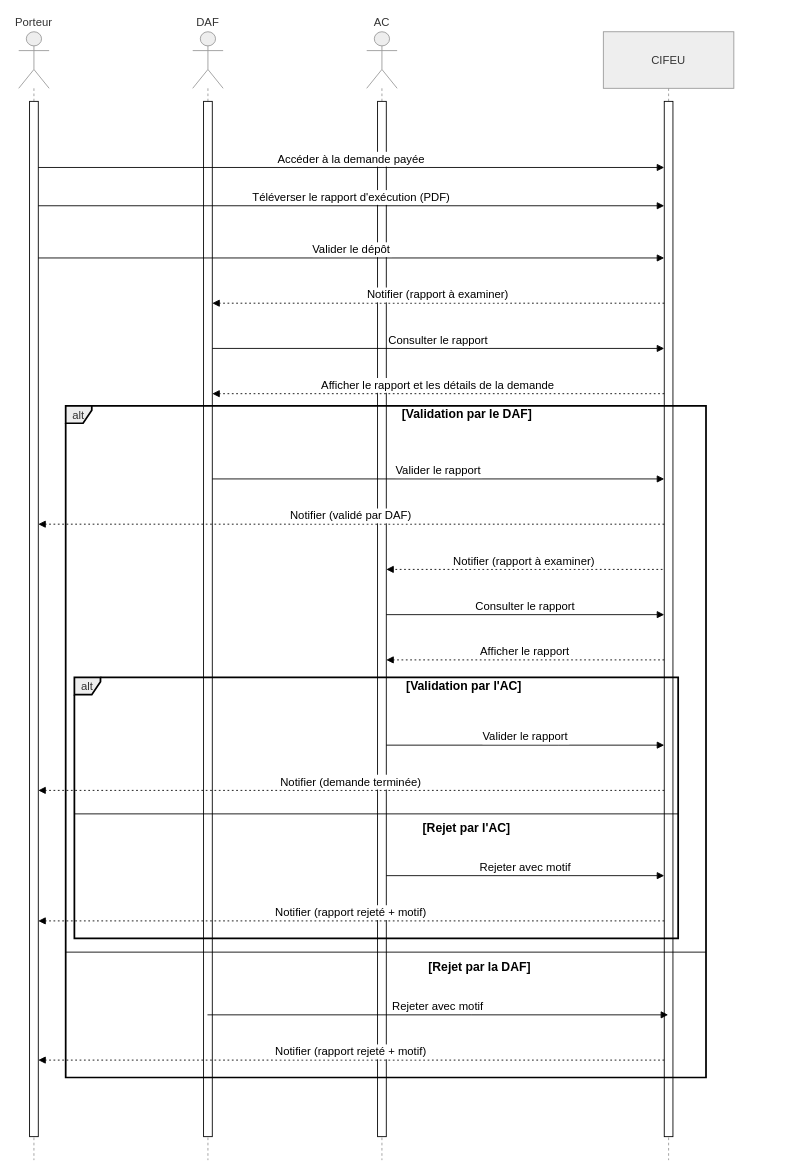
This is rapport/graphe/sequence/Traiter un rapport d'exécution.drawio from CheickOuedraogo/stage, a draw.io file, before an edit. Source tidied: cells renumbered, new cells numbered last; positions are measured from the earlier drawing's top-left corner, leaving out a move shared by most shapes. Both pictures are drawn from the tidied source at 87%, with x=0, y=0 at pixel (18, 31).
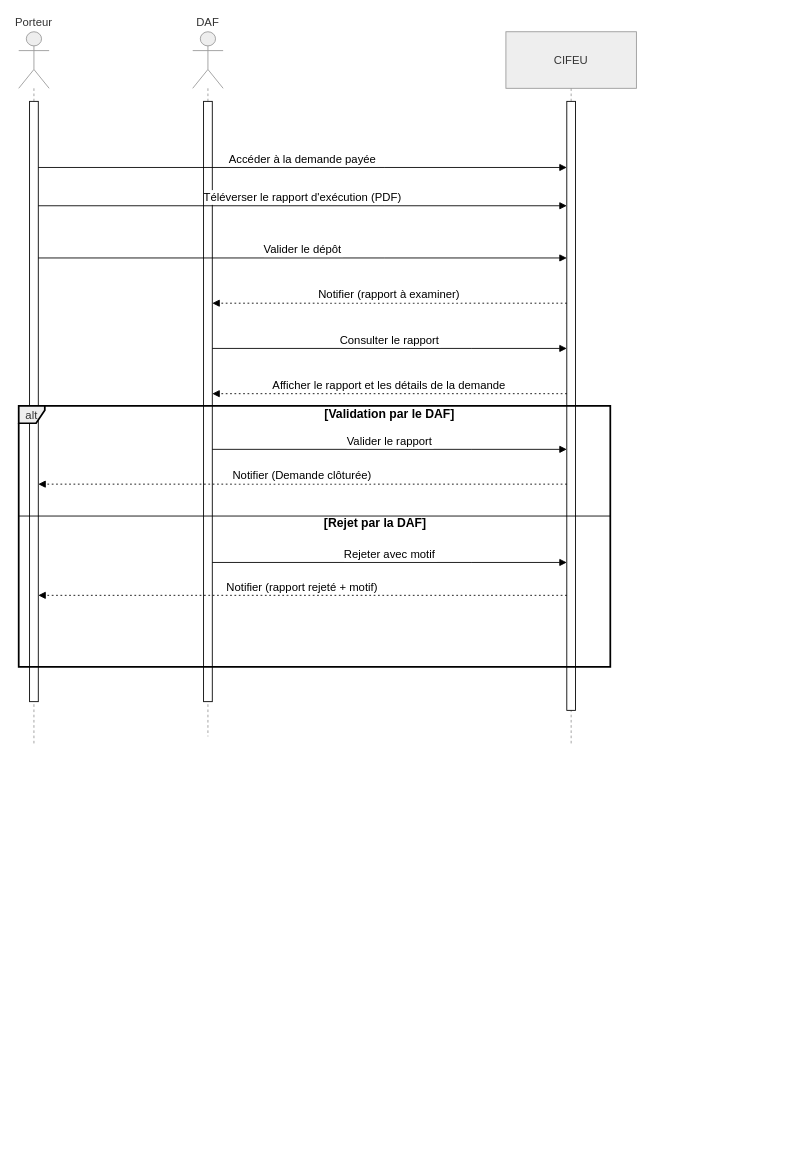
After the change.

What changed in the source:
```diff
@@
     <mxCell id="2" value="Porteur" style="shape=umlLifeline;perimeter=lifelinePerimeter;whiteSpace=wrap;newEdgeStyle={&quot;edgeStyle&quot;:&quot;elbowEdgeStyle&quot;,&quot;elbow&quot;:&quot;vertical&quot;,&quot;curved&quot;:0,&quot;rounded&quot;:0};participant=umlActor;verticalAlign=bottom;labelPosition=center;verticalLabelPosition=top;align=center;size=65;fillColor=light-dark(#eeeeee,#1f2020);strokeColor=light-dark(#999999,#cccccc);fontColor=light-dark(#333333,#cccccc);fontSize=13;" parent="1" vertex="1">
-      <mxGeometry width="35" height="1297" as="geometry" />
+      <mxGeometry width="35" height="820" as="geometry" />
     </mxCell>
     <mxCell id="3" style="html=1;points=[[0,0,0,0,5],[0,1,0,0,-5],[1,0,0,0,5],[1,1,0,0,-5]];perimeter=orthogonalPerimeter;outlineConnect=0;targetShapes=umlLifeline;portConstraint=eastwest;newEdgeStyle={&quot;curved&quot;:0,&quot;rounded&quot;:0};" parent="2" vertex="1">
-      <mxGeometry x="12.5" y="80" width="10" height="1190" as="geometry" />
+      <mxGeometry x="12.5" y="80" width="10" height="690" as="geometry" />
     </mxCell>
     <mxCell id="4" value="DAF" style="shape=umlLifeline;perimeter=lifelinePerimeter;whiteSpace=wrap;outlineConnect=0;portConstraint=eastwest;newEdgeStyle={&quot;edgeStyle&quot;:&quot;elbowEdgeStyle&quot;,&quot;elbow&quot;:&quot;vertical&quot;,&quot;curved&quot;:0,&quot;rounded&quot;:0};participant=umlActor;verticalAlign=bottom;labelPosition=center;verticalLabelPosition=top;align=center;size=65;fillColor=light-dark(#eeeeee,#1f2020);strokeColor=light-dark(#999999,#cccccc);fontColor=light-dark(#333333,#cccccc);fontSize=13;" parent="1" vertex="1">
-      <mxGeometry x="200" width="35" height="1297" as="geometry" />
+      <mxGeometry x="200" width="35" height="810" as="geometry" />
     </mxCell>
     <mxCell id="5" style="html=1;points=[[0,0,0,0,5],[0,1,0,0,-5],[1,0,0,0,5],[1,1,0,0,-5]];perimeter=orthogonalPerimeter;outlineConnect=0;targetShapes=umlLifeline;portConstraint=eastwest;newEdgeStyle={&quot;curved&quot;:0,&quot;rounded&quot;:0};" parent="4" vertex="1">
-      <mxGeometry x="12.5" y="80" width="10" height="1190" as="geometry" />
+      <mxGeometry x="12.5" y="80" width="10" height="690" as="geometry" />
     </mxCell>
-    <mxCell id="6" value="AC" style="shape=umlLifeline;perimeter=lifelinePerimeter;whiteSpace=wrap;newEdgeStyle={&quot;edgeStyle&quot;:&quot;elbowEdgeStyle&quot;,&quot;elbow&quot;:&quot;vertical&quot;,&quot;curved&quot;:0,&quot;rounded&quot;:0};participant=umlActor;verticalAlign=bottom;labelPosition=center;verticalLabelPosition=top;align=center;size=65;fillColor=light-dark(#eeeeee,#1f2020);strokeColor=light-dark(#999999,#cccccc);fontColor=light-dark(#333333,#cccccc);fontSize=13;" parent="1" vertex="1">
-      <mxGeometry x="400" width="35" height="1297" as="geometry" />
-    </mxCell>
-    <mxCell id="7" style="html=1;points=[[0,0,0,0,5],[0,1,0,0,-5],[1,0,0,0,5],[1,1,0,0,-5]];perimeter=orthogonalPerimeter;outlineConnect=0;targetShapes=umlLifeline;portConstraint=eastwest;newEdgeStyle={&quot;curved&quot;:0,&quot;rounded&quot;:0};" parent="6" vertex="1">
-      <mxGeometry x="12.5" y="80" width="10" height="1190" as="geometry" />
-    </mxCell>
     <mxCell id="8" value="CIFEU" style="shape=umlLifeline;perimeter=lifelinePerimeter;whiteSpace=wrap;outlineConnect=0;portConstraint=eastwest;newEdgeStyle={&quot;edgeStyle&quot;:&quot;elbowEdgeStyle&quot;,&quot;elbow&quot;:&quot;vertical&quot;,&quot;curved&quot;:0,&quot;rounded&quot;:0};size=65;fillColor=light-dark(#eeeeee,#1f2020);strokeColor=light-dark(#999999,#cccccc);fontColor=light-dark(#333333,#cccccc);fontSize=13;" parent="1" vertex="1">
-      <mxGeometry x="672" width="150" height="1297" as="geometry" />
+      <mxGeometry x="560" width="150" height="820" as="geometry" />
     </mxCell>
     <mxCell id="9" style="html=1;points=[[0,0,0,0,5],[0,1,0,0,-5],[1,0,0,0,5],[1,1,0,0,-5]];perimeter=orthogonalPerimeter;outlineConnect=0;targetShapes=umlLifeline;portConstraint=eastwest;newEdgeStyle={&quot;curved&quot;:0,&quot;rounded&quot;:0};" parent="8" vertex="1">
-      <mxGeometry x="70" y="80" width="10" height="1190" as="geometry" />
+      <mxGeometry x="70" y="80" width="10" height="700" as="geometry" />
     </mxCell>
-    <mxCell id="10" value="alt" style="shape=umlFrame;strokeColor=#000000;height=20;width=30;fillColor=light-dark(#eeeeee,#1f2020);fontColor=light-dark(#333333,#cccccc);strokeWidth=2;fontSize=13;" parent="1" vertex="1">
-      <mxGeometry x="64" y="742" width="694" height="300" as="geometry" />
-    </mxCell>
-    <mxCell id="11" value="[Validation par l'AC]" style="text;strokeColor=none;fillColor=none;align=center;verticalAlign=middle;whiteSpace=wrap;fontSize=14;fontStyle=1;" parent="10" vertex="1">
-      <mxGeometry x="116" width="664" height="20" as="geometry" />
-    </mxCell>
-    <mxCell id="12" style="shape=line;whiteSpace=wrap;verticalAlign=top;labelPosition=center;verticalLabelPosition=middle;align=center;strokeColor=#000000;fontSize=13;" parent="10" vertex="1">
-      <mxGeometry y="155" width="694" height="4" as="geometry" />
-    </mxCell>
     <mxCell id="13" value="alt" style="shape=umlFrame;strokeColor=#000000;height=20;width=30;fillColor=light-dark(#eeeeee,#1f2020);fontColor=light-dark(#333333,#cccccc);strokeWidth=2;fontSize=13;" parent="1" vertex="1">
-      <mxGeometry x="54" y="430" width="736" height="772" as="geometry" />
+      <mxGeometry y="430" width="680" height="300" as="geometry" />
     </mxCell>
     <mxCell id="14" value="[Validation par le DAF]" style="text;strokeColor=none;fillColor=none;align=center;verticalAlign=middle;whiteSpace=wrap;fontSize=14;fontStyle=1;" parent="13" vertex="1">
-      <mxGeometry x="109.3" width="705.1" height="20.2" as="geometry" />
+      <mxGeometry x="101" y="6" width="651.4" height="7.8" as="geometry" />
     </mxCell>
     <mxCell id="15" style="shape=line;whiteSpace=wrap;verticalAlign=top;labelPosition=center;verticalLabelPosition=middle;align=center;strokeColor=#000000;strokeWidth=1;fontSize=13;" parent="13" vertex="1">
-      <mxGeometry y="625.9" width="736" height="4" as="geometry" />
+      <mxGeometry y="23.3" width="680" height="206.7" as="geometry" />
     </mxCell>
@@
-    <mxCell id="21" value="Valider le rapport" style="verticalAlign=bottom;edgeStyle=elbowEdgeStyle;elbow=vertical;curved=0;rounded=0;endArrow=block;fontSize=13;" parent="1" edge="1" source="5" target="9">
+    <mxCell id="21" value="Valider le rapport" style="verticalAlign=bottom;edgeStyle=elbowEdgeStyle;elbow=vertical;curved=0;rounded=0;endArrow=block;fontSize=13;" parent="1" edge="1">
       <mxGeometry relative="1" as="geometry">
+        <mxPoint x="222.5" y="480" as="sourcePoint" />
+        <mxPoint x="630" y="480" as="targetPoint" />
         <Array as="points">
-          <mxPoint x="520" y="514" />
+          <mxPoint x="520" y="480" />
         </Array>
       </mxGeometry>
     </mxCell>
-    <mxCell id="22" value="Notifier (validé par DAF)" style="verticalAlign=bottom;edgeStyle=elbowEdgeStyle;elbow=vertical;curved=0;rounded=0;dashed=1;dashPattern=2 3;endArrow=block;fontSize=13;" parent="1" edge="1" source="9" target="3">
+    <mxCell id="22" value="Notifier (Demande clôturée)" style="verticalAlign=bottom;edgeStyle=elbowEdgeStyle;elbow=vertical;curved=0;rounded=0;dashed=1;dashPattern=2 3;endArrow=block;fontSize=13;" parent="1" edge="1">
       <mxGeometry relative="1" as="geometry">
+        <mxPoint x="630" y="520" as="sourcePoint" />
+        <mxPoint x="22.5" y="520" as="targetPoint" />
         <Array as="points">
-          <mxPoint x="423" y="566" />
+          <mxPoint x="423" y="520" />
         </Array>
       </mxGeometry>
     </mxCell>
-    <mxCell id="23" value="Notifier (rapport à examiner)" style="verticalAlign=bottom;edgeStyle=elbowEdgeStyle;elbow=vertical;curved=0;rounded=0;dashed=1;dashPattern=2 3;endArrow=block;fontSize=13;" parent="1" edge="1" target="7">
-      <mxGeometry relative="1" as="geometry">
-        <mxPoint x="740" y="618" as="sourcePoint" />
-        <Array as="points">
-          <mxPoint x="623" y="618" />
-        </Array>
-      </mxGeometry>
-    </mxCell>
-    <mxCell id="24" value="Consulter le rapport" style="verticalAlign=bottom;edgeStyle=elbowEdgeStyle;elbow=vertical;curved=0;rounded=0;endArrow=block;fontSize=13;" parent="1" edge="1" source="7" target="9">
-      <mxGeometry relative="1" as="geometry">
-        <Array as="points">
-          <mxPoint x="620" y="670" />
-        </Array>
-      </mxGeometry>
-    </mxCell>
-    <mxCell id="25" value="Afficher le rapport" style="verticalAlign=bottom;edgeStyle=elbowEdgeStyle;elbow=vertical;curved=0;rounded=0;dashed=1;dashPattern=2 3;endArrow=block;fontSize=13;" parent="1" edge="1" source="9" target="7">
-      <mxGeometry relative="1" as="geometry">
-        <Array as="points">
-          <mxPoint x="623" y="722" />
-        </Array>
-      </mxGeometry>
-    </mxCell>
-    <mxCell id="26" value="Valider le rapport" style="verticalAlign=bottom;edgeStyle=elbowEdgeStyle;elbow=vertical;curved=0;rounded=0;endArrow=block;fontSize=13;" parent="1" edge="1" source="7" target="9">
-      <mxGeometry relative="1" as="geometry">
-        <Array as="points">
-          <mxPoint x="620" y="820" />
-        </Array>
-      </mxGeometry>
-    </mxCell>
-    <mxCell id="27" value="Notifier (demande terminée)" style="verticalAlign=bottom;edgeStyle=elbowEdgeStyle;elbow=vertical;curved=0;rounded=0;dashed=1;dashPattern=2 3;endArrow=block;fontSize=13;" parent="1" edge="1" source="9" target="3">
-      <mxGeometry relative="1" as="geometry">
-        <Array as="points">
-          <mxPoint x="423" y="872" />
-        </Array>
-      </mxGeometry>
-    </mxCell>
-    <mxCell id="28" value="Rejeter avec motif" style="verticalAlign=bottom;edgeStyle=elbowEdgeStyle;elbow=vertical;curved=0;rounded=0;endArrow=block;fontSize=13;" parent="1" edge="1" source="7" target="9">
-      <mxGeometry relative="1" as="geometry">
-        <Array as="points">
-          <mxPoint x="620" y="970" />
-        </Array>
-      </mxGeometry>
-    </mxCell>
-    <mxCell id="29" value="Notifier (rapport rejeté + motif)" style="verticalAlign=bottom;edgeStyle=elbowEdgeStyle;elbow=vertical;curved=0;rounded=0;dashed=1;dashPattern=2 3;endArrow=block;fontSize=13;" parent="1" edge="1" source="9" target="3">
-      <mxGeometry relative="1" as="geometry">
-        <Array as="points">
-          <mxPoint x="423" y="1022" />
-        </Array>
-      </mxGeometry>
-    </mxCell>
-    <mxCell id="30" value="Rejeter avec motif" style="verticalAlign=bottom;edgeStyle=elbowEdgeStyle;elbow=vertical;curved=0;rounded=0;endArrow=block;fontSize=13;" parent="1" edge="1" source="4" target="8">
+    <mxCell id="30" value="Rejeter avec motif" style="verticalAlign=bottom;edgeStyle=elbowEdgeStyle;elbow=vertical;curved=0;rounded=0;endArrow=block;fontSize=13;" parent="1" edge="1" source="5" target="9">
       <mxGeometry relative="1" as="geometry">
         <Array as="points">
-          <mxPoint x="520" y="1130" />
+          <mxPoint x="520" y="610" />
         </Array>
       </mxGeometry>
     </mxCell>
-    <mxCell id="31" value="Notifier (rapport rejeté + motif)" style="verticalAlign=bottom;edgeStyle=elbowEdgeStyle;elbow=vertical;curved=0;rounded=0;dashed=1;dashPattern=2 3;endArrow=block;fontSize=13;" parent="1" edge="1" source="9" target="3">
+    <mxCell id="31" value="Notifier (rapport rejeté + motif)" style="verticalAlign=bottom;edgeStyle=elbowEdgeStyle;elbow=vertical;curved=0;rounded=0;dashed=1;dashPattern=2 3;endArrow=block;fontSize=13;" parent="1" edge="1">
       <mxGeometry relative="1" as="geometry">
+        <mxPoint x="630" y="647.8" as="sourcePoint" />
+        <mxPoint x="22.5" y="647.8" as="targetPoint" />
         <Array as="points">
-          <mxPoint x="423" y="1182" />
+          <mxPoint x="423" y="647.8" />
         </Array>
       </mxGeometry>
     </mxCell>
     <mxCell id="32" value="&lt;span&gt;[Rejet par la DAF]&lt;/span&gt;" style="text;html=1;whiteSpace=wrap;strokeColor=none;fillColor=none;align=center;verticalAlign=middle;rounded=0;fontSize=14;fontStyle=1;" parent="1" vertex="1">
-      <mxGeometry x="450" y="1060" width="160" height="30" as="geometry" />
+      <mxGeometry x="330" y="550" width="160" height="30" as="geometry" />
     </mxCell>
-    <mxCell id="33" value="&lt;span&gt;[Rejet par l'AC]&lt;/span&gt;" style="text;html=1;whiteSpace=wrap;strokeColor=none;fillColor=none;align=center;verticalAlign=middle;rounded=0;fontStyle=1;fontSize=14;" parent="1" vertex="1">
-      <mxGeometry x="440" y="900" width="150" height="30" as="geometry" />
-    </mxCell>
```
